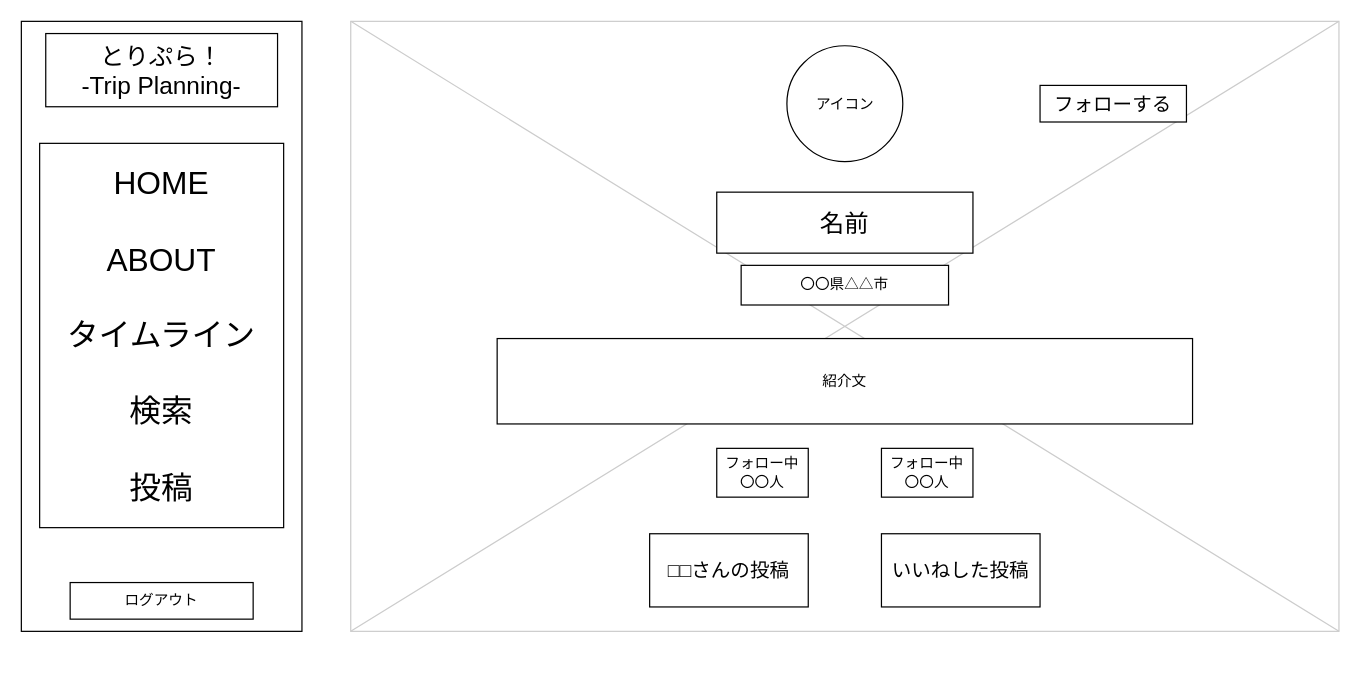
This is page "ユーザー詳細" (4 of 6) of wire_frame.drawio from JunkiYuasa/trip_planning, a draw.io file, before an edit. Source tidied: cells renumbered, new cells numbered last; positions are measured from the earlier drawing's top-left corner, leaving out a move shared by most shapes. Both pictures are drawn from the tidied source at 122%, with x=0, y=0 at pixel (21, 21).
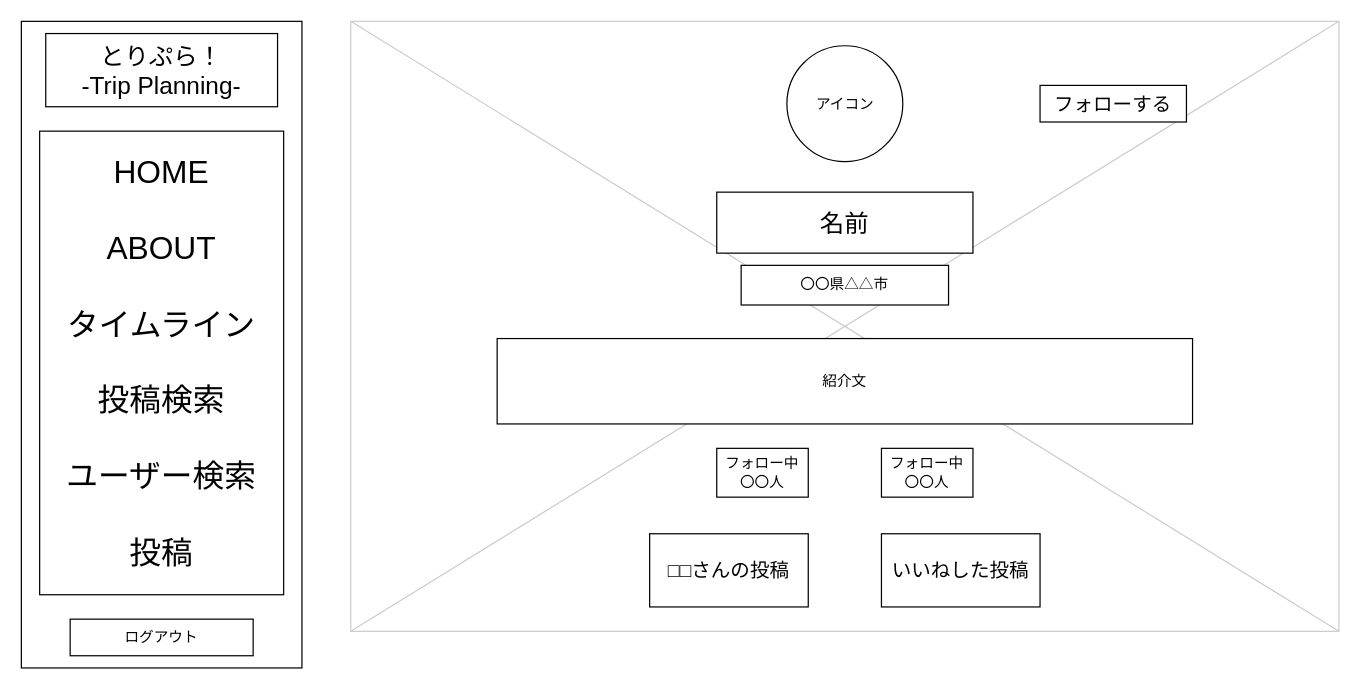
The same page after the edit.

Change to the diagram source:
```diff
@@
 <mxGraphModel>
   <root>
     <mxCell id="0" />
     <mxCell id="1" parent="0" />
     <mxCell id="2" style="rounded=0;whiteSpace=wrap;html=1;" parent="1" vertex="1">
-      <mxGeometry width="230" height="500" as="geometry" />
+      <mxGeometry width="230" height="530" as="geometry" />
     </mxCell>
     <mxCell id="3" value="&lt;font style=&quot;font-size: 20px;&quot;&gt;とりぷら！&lt;/font&gt;&lt;div style=&quot;font-size: 20px;&quot;&gt;&lt;font style=&quot;font-size: 20px;&quot;&gt;-Trip Planning-&lt;/font&gt;&lt;/div&gt;" style="rounded=0;whiteSpace=wrap;html=1;" parent="1" vertex="1">
       <mxGeometry x="20" y="10" width="190" height="60" as="geometry" />
     </mxCell>
-    <mxCell id="4" value="&lt;font style=&quot;font-size: 26px;&quot;&gt;HOME&lt;/font&gt;&lt;div&gt;&lt;br&gt;&lt;/div&gt;&lt;div&gt;ABOUT&lt;br&gt;&lt;div style=&quot;font-size: 26px;&quot;&gt;&lt;font style=&quot;font-size: 26px;&quot;&gt;&lt;br style=&quot;font-size: 26px;&quot;&gt;&lt;/font&gt;&lt;/div&gt;&lt;div style=&quot;font-size: 26px;&quot;&gt;&lt;font style=&quot;font-size: 26px;&quot;&gt;タイムライン&lt;/font&gt;&lt;/div&gt;&lt;div style=&quot;font-size: 26px;&quot;&gt;&lt;font style=&quot;font-size: 26px;&quot;&gt;&lt;br&gt;&lt;/font&gt;&lt;/div&gt;&lt;div style=&quot;font-size: 26px;&quot;&gt;&lt;font style=&quot;font-size: 26px;&quot;&gt;検索&lt;/font&gt;&lt;/div&gt;&lt;/div&gt;&lt;div style=&quot;font-size: 26px;&quot;&gt;&lt;font style=&quot;font-size: 26px;&quot;&gt;&lt;br&gt;&lt;/font&gt;&lt;/div&gt;&lt;div style=&quot;font-size: 26px;&quot;&gt;&lt;font style=&quot;font-size: 26px;&quot;&gt;投稿&lt;/font&gt;&lt;/div&gt;" style="rounded=0;whiteSpace=wrap;html=1;fontSize=26;" parent="1" vertex="1">
-      <mxGeometry x="15" y="100" width="200" height="315" as="geometry" />
+    <mxCell id="4" value="&lt;font style=&quot;font-size: 26px;&quot;&gt;HOME&lt;/font&gt;&lt;div&gt;&lt;br&gt;&lt;/div&gt;&lt;div&gt;ABOUT&lt;br&gt;&lt;div style=&quot;font-size: 26px;&quot;&gt;&lt;font style=&quot;font-size: 26px;&quot;&gt;&lt;br style=&quot;font-size: 26px;&quot;&gt;&lt;/font&gt;&lt;/div&gt;&lt;div style=&quot;font-size: 26px;&quot;&gt;&lt;font style=&quot;font-size: 26px;&quot;&gt;タイムライン&lt;/font&gt;&lt;/div&gt;&lt;div style=&quot;font-size: 26px;&quot;&gt;&lt;font style=&quot;font-size: 26px;&quot;&gt;&lt;br&gt;&lt;/font&gt;&lt;/div&gt;&lt;div style=&quot;font-size: 26px;&quot;&gt;&lt;font style=&quot;font-size: 26px;&quot;&gt;投稿検索&lt;/font&gt;&lt;/div&gt;&lt;/div&gt;&lt;div style=&quot;font-size: 26px;&quot;&gt;&lt;font style=&quot;font-size: 26px;&quot;&gt;&lt;br&gt;&lt;/font&gt;&lt;/div&gt;&lt;div style=&quot;font-size: 26px;&quot;&gt;&lt;font style=&quot;font-size: 26px;&quot;&gt;ユーザー検索&lt;/font&gt;&lt;/div&gt;&lt;div style=&quot;font-size: 26px;&quot;&gt;&lt;font style=&quot;font-size: 26px;&quot;&gt;&lt;br&gt;&lt;/font&gt;&lt;/div&gt;&lt;div style=&quot;font-size: 26px;&quot;&gt;&lt;font style=&quot;font-size: 26px;&quot;&gt;投稿&lt;/font&gt;&lt;/div&gt;" style="rounded=0;whiteSpace=wrap;html=1;fontSize=26;" parent="1" vertex="1">
+      <mxGeometry x="15" y="90" width="200" height="380" as="geometry" />
     </mxCell>
     <mxCell id="5" value="ログアウト" style="rounded=0;whiteSpace=wrap;html=1;" parent="1" vertex="1">
-      <mxGeometry x="40" y="460" width="150" height="30" as="geometry" />
+      <mxGeometry x="40" y="490" width="150" height="30" as="geometry" />
     </mxCell>
     <mxCell id="6" style="verticalLabelPosition=bottom;verticalAlign=top;strokeWidth=1;shape=mxgraph.mockup.graphics.iconGrid;strokeColor=#CCCCCC;gridSize=1,1;" parent="1" vertex="1">
       <mxGeometry x="270" width="810" height="500" as="geometry" />
     </mxCell>
     <mxCell id="7" value="アイコン" style="ellipse;whiteSpace=wrap;html=1;" parent="1" vertex="1">
       <mxGeometry x="627.5" y="20" width="95" height="95" as="geometry" />
     </mxCell>
     <mxCell id="8" value="&lt;font style=&quot;font-size: 20px;&quot;&gt;名前&lt;/font&gt;" style="rounded=0;whiteSpace=wrap;html=1;" parent="1" vertex="1">
       <mxGeometry x="570" y="140" width="210" height="50" as="geometry" />
     </mxCell>
     <mxCell id="9" value="〇〇県△△市" style="rounded=0;whiteSpace=wrap;html=1;" parent="1" vertex="1">
       <mxGeometry x="590" y="200" width="170" height="32.5" as="geometry" />
     </mxCell>
     <mxCell id="10" value="&lt;font style=&quot;font-size: 16px;&quot;&gt;フォローする&lt;/font&gt;" style="rounded=0;whiteSpace=wrap;html=1;" parent="1" vertex="1">
       <mxGeometry x="835" y="52.5" width="120" height="30" as="geometry" />
     </mxCell>
     <mxCell id="11" value="紹介文" style="rounded=0;whiteSpace=wrap;html=1;" parent="1" vertex="1">
       <mxGeometry x="390" y="260" width="570" height="70" as="geometry" />
     </mxCell>
     <mxCell id="12" value="フォロー中&lt;div&gt;〇〇人&lt;/div&gt;" style="rounded=0;whiteSpace=wrap;html=1;" parent="1" vertex="1">
       <mxGeometry x="570" y="350" width="75" height="40" as="geometry" />
     </mxCell>
     <mxCell id="13" value="フォロー中&lt;div&gt;〇〇人&lt;/div&gt;" style="rounded=0;whiteSpace=wrap;html=1;" parent="1" vertex="1">
       <mxGeometry x="705" y="350" width="75" height="40" as="geometry" />
     </mxCell>
     <mxCell id="14" value="&lt;font style=&quot;font-size: 16px;&quot;&gt;□□さんの投稿&lt;/font&gt;" style="rounded=0;whiteSpace=wrap;html=1;" parent="1" vertex="1">
       <mxGeometry x="515" y="420" width="130" height="60" as="geometry" />
     </mxCell>
     <mxCell id="15" value="&lt;font style=&quot;font-size: 16px;&quot;&gt;いいねした投稿&lt;/font&gt;" style="rounded=0;whiteSpace=wrap;html=1;" parent="1" vertex="1">
       <mxGeometry x="705" y="420" width="130" height="60" as="geometry" />
     </mxCell>
   </root>
 </mxGraphModel>
```
